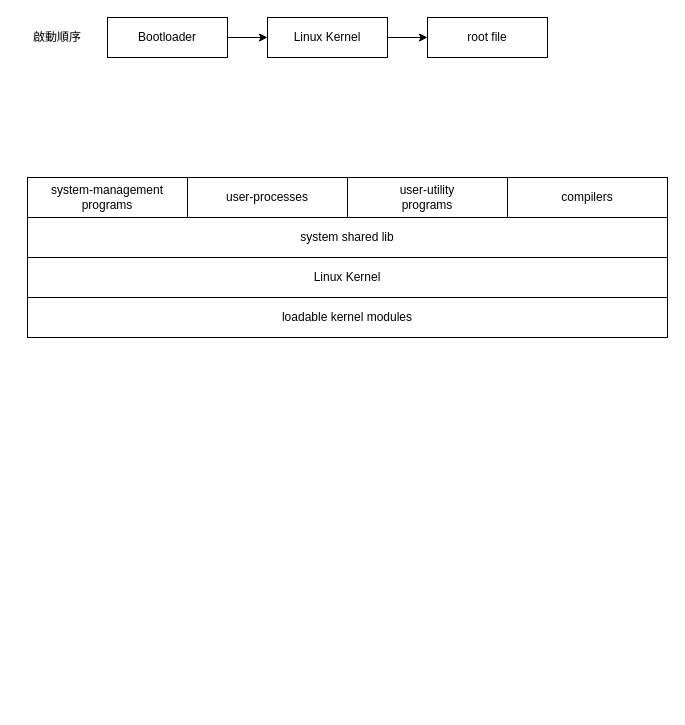
This is page "Linux system include" (2 of 5) of Side_Project/OS_Kernel_Develop/OS_Kernel.drawio from YBJin0902/My_Source, a draw.io file, before an edit. Source tidied: cells renumbered, new cells numbered last; positions are measured from the earlier drawing's top-left corner, leaving out a move shared by most shapes. Both pictures are drawn from the tidied source at 100%, with x=0, y=0 at pixel (17, 17).
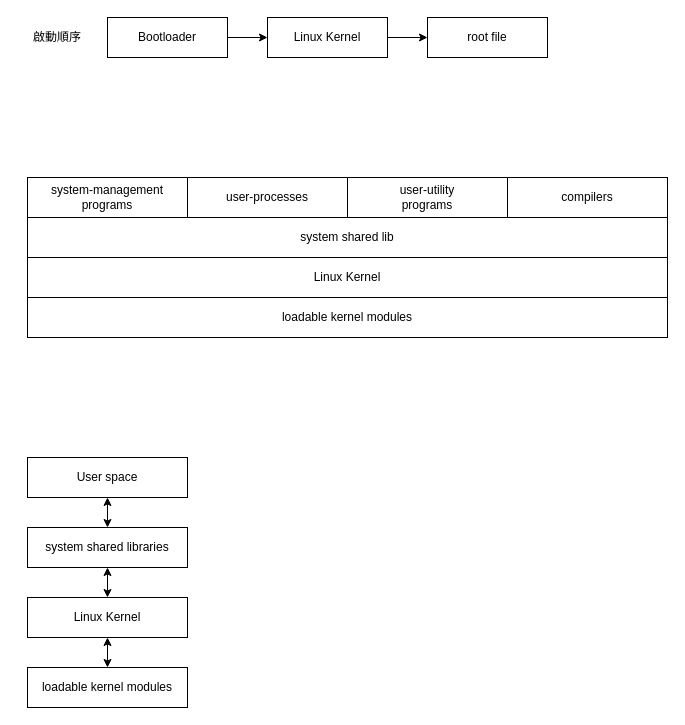
After the change.

What changed in the source:
```diff
@@
+    <mxCell id="15" value="User space" style="rounded=0;whiteSpace=wrap;html=1;" parent="1" vertex="1">
+      <mxGeometry x="10" y="440" width="160" height="40" as="geometry" />
+    </mxCell>
+    <mxCell id="16" value="system shared libraries" style="rounded=0;whiteSpace=wrap;html=1;" parent="1" vertex="1">
+      <mxGeometry x="10" y="510" width="160" height="40" as="geometry" />
+    </mxCell>
+    <mxCell id="17" value="Linux Kernel" style="rounded=0;whiteSpace=wrap;html=1;" parent="1" vertex="1">
+      <mxGeometry x="10" y="580" width="160" height="40" as="geometry" />
+    </mxCell>
+    <mxCell id="18" value="loadable kernel modules" style="rounded=0;whiteSpace=wrap;html=1;" parent="1" vertex="1">
+      <mxGeometry x="10" y="650" width="160" height="40" as="geometry" />
+    </mxCell>
+    <mxCell id="19" style="endArrow=classic;startArrow=classic;html=1;rounded=0;entryX=0.5;entryY=1;entryDx=0;entryDy=0;exitX=0.5;exitY=0;exitDx=0;exitDy=0;" parent="1" edge="1" source="16" target="15">
+      <mxGeometry relative="1" as="geometry" />
+    </mxCell>
+    <mxCell id="20" style="endArrow=classic;startArrow=classic;html=1;rounded=0;entryX=0.5;entryY=1;entryDx=0;entryDy=0;exitX=0.5;exitY=0;exitDx=0;exitDy=0;" parent="1" edge="1" source="17" target="16">
+      <mxGeometry relative="1" as="geometry" />
+    </mxCell>
+    <mxCell id="21" style="endArrow=classic;startArrow=classic;html=1;rounded=0;entryX=0.5;entryY=1;entryDx=0;entryDy=0;exitX=0.5;exitY=0;exitDx=0;exitDy=0;" parent="1" edge="1" source="18" target="17">
+      <mxGeometry relative="1" as="geometry" />
+    </mxCell>
```
